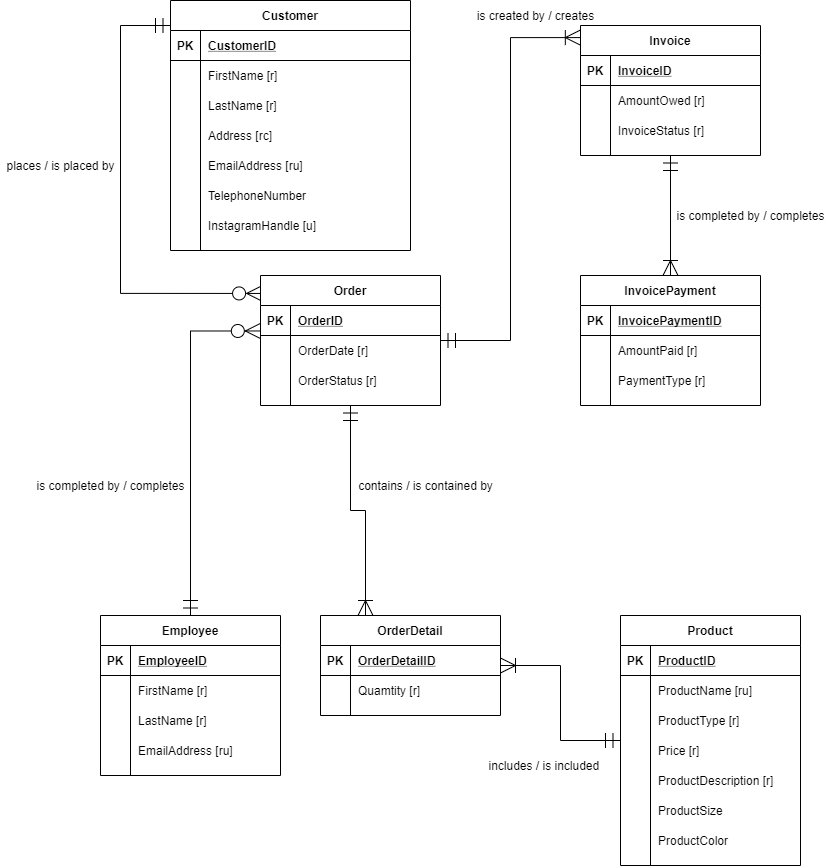
This is Project/Project Conceptual Model.png from trisxcj1/SyracuseUniversity_IST659, a draw.io export, as it was before one commit. Source tidied: cells renumbered, new cells last; positions are measured from the earlier drawing's top-left corner, leaving out a move shared by most shapes.
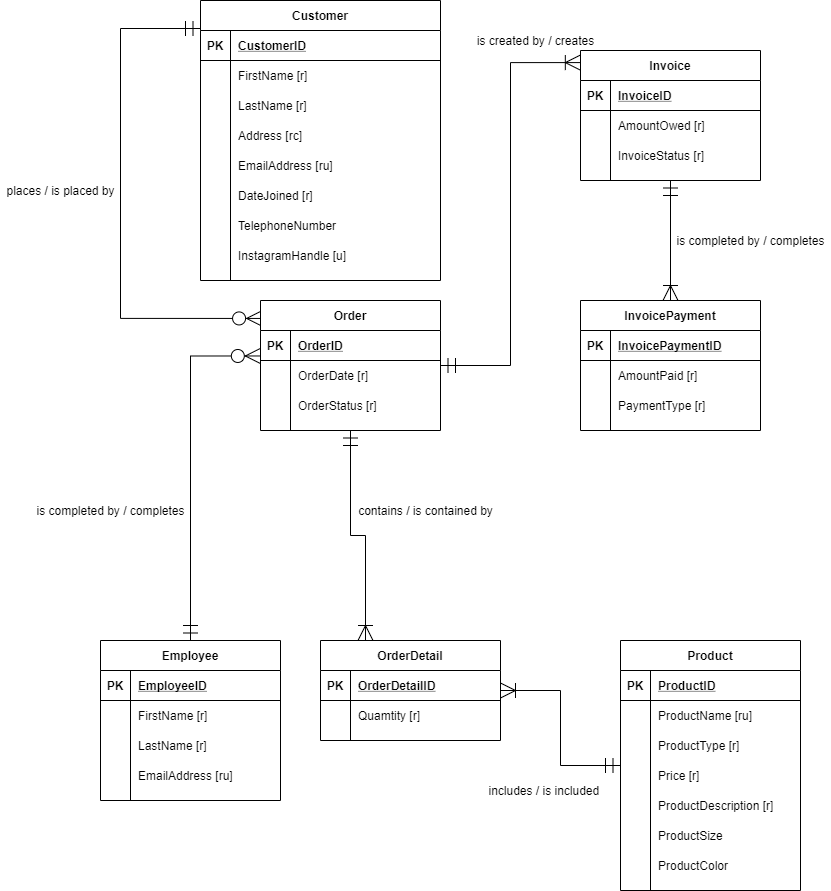
The same diagram one commit later.

Commit message:
added DateJoined to customer

What changed in the source:
```diff
@@ -5,13 +5,13 @@
     <mxCell id="2" style="edgeStyle=orthogonalEdgeStyle;rounded=0;jettySize=auto;html=1;startArrow=ERmandOne;startFill=0;startSize=13;endArrow=ERzeroToMany;endFill=1;endSize=13;exitX=0;exitY=0.1;exitDx=0;exitDy=0;exitPerimeter=0;entryX=0.006;entryY=0.138;entryDx=0;entryDy=0;entryPerimeter=0;" parent="1" edge="1" source="3" target="73">
       <mxGeometry relative="1" as="geometry">
         <Array as="points">
-          <mxPoint x="120" y="25" />
+          <mxPoint x="120" y="3" />
           <mxPoint x="120" y="293" />
         </Array>
       </mxGeometry>
     </mxCell>
     <mxCell id="3" value="Customer" style="shape=table;startSize=30;rowLines=0;fontStyle=1;align=center;" parent="1" vertex="1">
-      <mxGeometry x="170" width="240" height="250" as="geometry" />
+      <mxGeometry x="200" y="-25" width="240" height="280" as="geometry" />
     </mxCell>
     <mxCell id="4" style="shape=partialRectangle;fillColor=none;top=0;left=0;bottom=1;right=0;" parent="3" vertex="1">
       <mxGeometry y="30" width="240" height="30" as="geometry" />
@@ -58,8 +58,17 @@
     <mxCell id="18" value="EmailAddress [ru]" style="shape=partialRectangle;fillColor=none;top=0;left=0;bottom=0;right=0;align=left;spacingLeft=6;overflow=hidden;" parent="16" vertex="1">
       <mxGeometry x="30" width="210" height="30" as="geometry" />
     </mxCell>
+    <mxCell id="108" style="shape=partialRectangle;fillColor=none;top=0;left=0;bottom=0;right=0;" parent="3" vertex="1">
+      <mxGeometry y="180" width="240" height="30" as="geometry" />
+    </mxCell>
+    <mxCell id="109" style="shape=partialRectangle;fillColor=none;top=0;left=0;bottom=0;right=0;overflow=hidden;" parent="108" vertex="1">
+      <mxGeometry width="30" height="30" as="geometry" />
+    </mxCell>
+    <mxCell id="110" value="DateJoined [r]" style="shape=partialRectangle;fillColor=none;top=0;left=0;bottom=0;right=0;align=left;spacingLeft=6;overflow=hidden;" parent="108" vertex="1">
+      <mxGeometry x="30" width="210" height="30" as="geometry" />
+    </mxCell>
     <mxCell id="19" style="shape=partialRectangle;fillColor=none;top=0;left=0;bottom=0;right=0;" parent="3" vertex="1">
-      <mxGeometry y="180" width="240" height="30" as="geometry" />
+      <mxGeometry y="210" width="240" height="30" as="geometry" />
     </mxCell>
     <mxCell id="20" style="shape=partialRectangle;fillColor=none;top=0;left=0;bottom=0;right=0;overflow=hidden;" parent="19" vertex="1">
       <mxGeometry width="30" height="30" as="geometry" />
@@ -68,7 +77,7 @@
       <mxGeometry x="30" width="210" height="30" as="geometry" />
     </mxCell>
     <mxCell id="22" style="shape=partialRectangle;fillColor=none;top=0;left=0;bottom=0;right=0;" parent="3" vertex="1">
-      <mxGeometry y="210" width="240" height="30" as="geometry" />
+      <mxGeometry y="240" width="240" height="30" as="geometry" />
     </mxCell>
     <mxCell id="23" style="shape=partialRectangle;fillColor=none;top=0;left=0;bottom=0;right=0;overflow=hidden;" parent="22" vertex="1">
       <mxGeometry width="30" height="30" as="geometry" />
```
